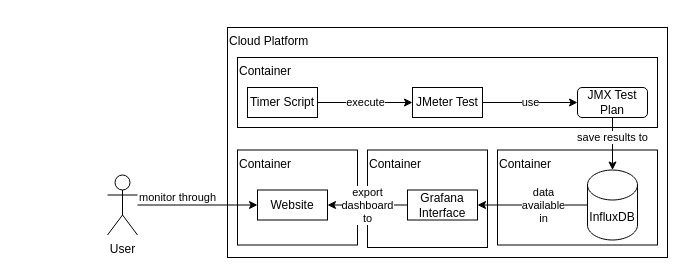
Before: Documentation/Diagram/systemDiagram.drawio in ruipinto17/IndustrialConsultingProject-COM617, a draw.io diagram. Source tidied: cells renumbered, new cells numbered last; positions are measured from the earlier drawing's top-left corner, leaving out a move shared by most shapes. Both pictures are drawn from the tidied source at 100%, with x=0, y=0 at pixel (107, 27).
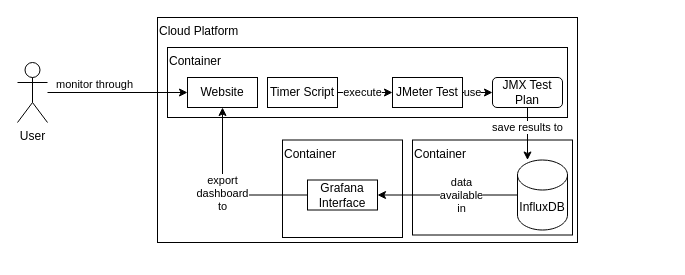
The same diagram, later.

Commit message (it also covers changes not shown here):
system diagram update

Change to the diagram source:
```diff
@@
     <mxCell id="2" value="Cloud Platform" style="rounded=0;whiteSpace=wrap;html=1;align=left;verticalAlign=top;" parent="1" vertex="1">
-      <mxGeometry x="120" width="440" height="230" as="geometry" />
+      <mxGeometry x="50" y="-10" width="420" height="225" as="geometry" />
     </mxCell>
-    <mxCell id="3" value="Container" style="rounded=0;whiteSpace=wrap;html=1;align=left;verticalAlign=top;" parent="1" vertex="1">
-      <mxGeometry x="130" y="30" width="420" height="70" as="geometry" />
-    </mxCell>
+    <mxCell id="20" value="Container" style="rounded=0;whiteSpace=wrap;html=1;align=left;verticalAlign=top;" parent="1" vertex="1">
+      <mxGeometry x="60" y="20" width="400" height="70" as="geometry" />
+    </mxCell>
     <mxCell id="4" value="User" style="shape=umlActor;verticalLabelPosition=bottom;verticalAlign=top;html=1;outlineConnect=0;" parent="1" vertex="1">
-      <mxGeometry y="147.5" width="30" height="60" as="geometry" />
+      <mxGeometry x="-90" y="35" width="30" height="60" as="geometry" />
     </mxCell>
     <mxCell id="5" value="use" style="edgeStyle=orthogonalEdgeStyle;rounded=0;jettySize=auto;html=1;entryX=0;entryY=0.5;entryDx=0;entryDy=0;" parent="1" edge="1" source="6" target="7">
-      <mxGeometry relative="1" as="geometry" />
+      <mxGeometry x="0.2" relative="1" as="geometry" />
     </mxCell>
     <mxCell id="6" value="JMeter Test" style="rounded=0;whiteSpace=wrap;html=1;align=center;verticalAlign=middle;" parent="1" vertex="1">
-      <mxGeometry x="305" y="60" width="70" height="30" as="geometry" />
+      <mxGeometry x="285" y="50" width="70" height="30" as="geometry" />
     </mxCell>
     <mxCell id="7" value="JMX Test Plan" style="rounded=1;whiteSpace=wrap;html=1;align=center;" parent="1" vertex="1">
-      <mxGeometry x="470" y="60" width="70" height="30" as="geometry" />
+      <mxGeometry x="385" y="50" width="70" height="30" as="geometry" />
     </mxCell>
     <mxCell id="8" value="execute" style="edgeStyle=orthogonalEdgeStyle;rounded=0;jettySize=auto;html=1;entryX=0;entryY=0.5;entryDx=0;entryDy=0;" parent="1" edge="1" source="9" target="6">
-      <mxGeometry relative="1" as="geometry" />
+      <mxGeometry x="-0.09" relative="1" as="geometry" />
     </mxCell>
     <mxCell id="9" value="Timer Script" style="rounded=0;whiteSpace=wrap;html=1;align=center;verticalAlign=middle;" parent="1" vertex="1">
-      <mxGeometry x="140" y="60" width="70" height="30" as="geometry" />
+      <mxGeometry x="160" y="50" width="70" height="30" as="geometry" />
     </mxCell>
-    <mxCell id="10" value="Container" style="rounded=0;whiteSpace=wrap;html=1;align=left;verticalAlign=top;" parent="1" vertex="1">
-      <mxGeometry x="390" y="122.5" width="160" height="95" as="geometry" />
-    </mxCell>
+    <mxCell id="21" value="Container" style="rounded=0;whiteSpace=wrap;html=1;align=left;verticalAlign=top;" parent="1" vertex="1">
+      <mxGeometry x="305" y="112.5" width="160" height="95" as="geometry" />
+    </mxCell>
-    <mxCell id="11" value="save results to" style="edgeStyle=orthogonalEdgeStyle;rounded=0;jettySize=auto;html=1;entryX=0.5;entryY=0;entryDx=0;entryDy=0;entryPerimeter=0;" parent="1" edge="1" source="7" target="12">
-      <mxGeometry x="-0.24" relative="1" as="geometry" />
+    <mxCell id="11" value="save results to" style="edgeStyle=orthogonalEdgeStyle;rounded=0;jettySize=auto;html=1;entryX=0.5;entryY=0;entryDx=0;entryDy=0;entryPerimeter=0;" parent="1" edge="1" source="7">
+      <mxGeometry x="-0.24" relative="1" as="geometry">
+        <mxPoint x="420" y="132.5" as="targetPoint" />
+      </mxGeometry>
     </mxCell>
     <mxCell id="12" value="InfluxDB" style="shape=cylinder3;whiteSpace=wrap;html=1;boundedLbl=1;backgroundOutline=1;size=15;align=center;" parent="1" vertex="1">
-      <mxGeometry x="480" y="142.5" width="50" height="70" as="geometry" />
+      <mxGeometry x="410" y="132.5" width="50" height="70" as="geometry" />
     </mxCell>
-    <mxCell id="13" value="Container" style="rounded=0;whiteSpace=wrap;html=1;align=left;verticalAlign=top;" parent="1" vertex="1">
-      <mxGeometry x="260" y="122.5" width="120" height="97.5" as="geometry" />
-    </mxCell>
-    <mxCell id="14" value="Container" style="rounded=0;whiteSpace=wrap;html=1;align=left;verticalAlign=top;" parent="1" vertex="1">
-      <mxGeometry x="130" y="122.5" width="120" height="95" as="geometry" />
-    </mxCell>
+    <mxCell id="22" value="Container" style="rounded=0;whiteSpace=wrap;html=1;align=left;verticalAlign=top;" parent="1" vertex="1">
+      <mxGeometry x="175" y="112.5" width="120" height="97.5" as="geometry" />
+    </mxCell>
     <mxCell id="15" value="Website" style="rounded=0;whiteSpace=wrap;html=1;align=center;verticalAlign=middle;" parent="1" vertex="1">
-      <mxGeometry x="150" y="162.5" width="70" height="30" as="geometry" />
+      <mxGeometry x="80" y="50" width="70" height="30" as="geometry" />
     </mxCell>
     <mxCell id="16" value="Grafana&lt;br&gt;Interface" style="rounded=0;whiteSpace=wrap;html=1;align=center;verticalAlign=middle;" parent="1" vertex="1">
-      <mxGeometry x="300" y="162.5" width="70" height="30" as="geometry" />
+      <mxGeometry x="200" y="152.5" width="70" height="30" as="geometry" />
     </mxCell>
-    <mxCell id="17" value="export&lt;br&gt;dashboard&lt;br&gt;to" style="edgeStyle=orthogonalEdgeStyle;rounded=0;jettySize=auto;html=1;entryX=1;entryY=0.5;entryDx=0;entryDy=0;" parent="1" edge="1" source="16" target="15">
-      <mxGeometry relative="1" as="geometry" />
+    <mxCell id="17" value="export&lt;br&gt;dashboard&lt;br&gt;to" style="edgeStyle=orthogonalEdgeStyle;rounded=0;jettySize=auto;html=1;entryX=0.5;entryY=1;entryDx=0;entryDy=0;" parent="1" edge="1" source="16" target="15">
+      <mxGeometry relative="1" as="geometry">
+        <Array as="points">
+          <mxPoint x="120" y="168" />
+          <mxPoint x="115" y="168" />
+        </Array>
+      </mxGeometry>
     </mxCell>
```
